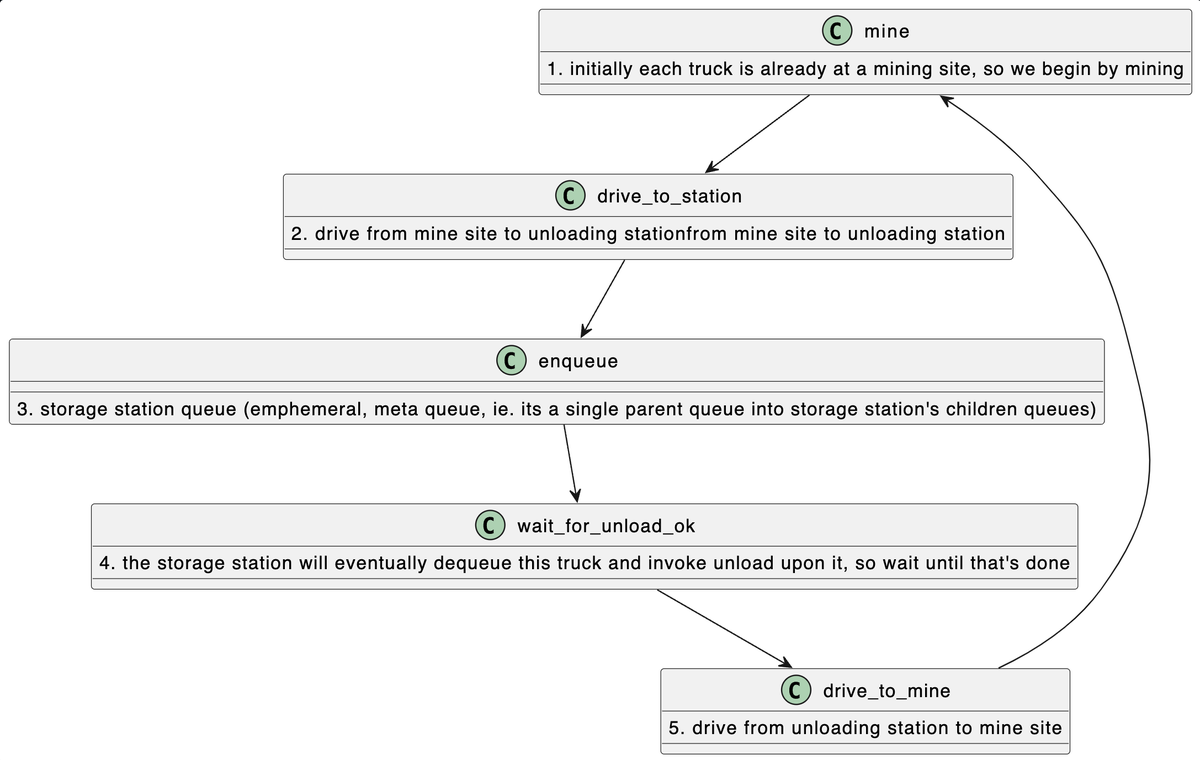
Before: images/State.png, a diagram exported from PlantUML (claytonjwong/vast). Its source is kept beside it as docs/State.puml.
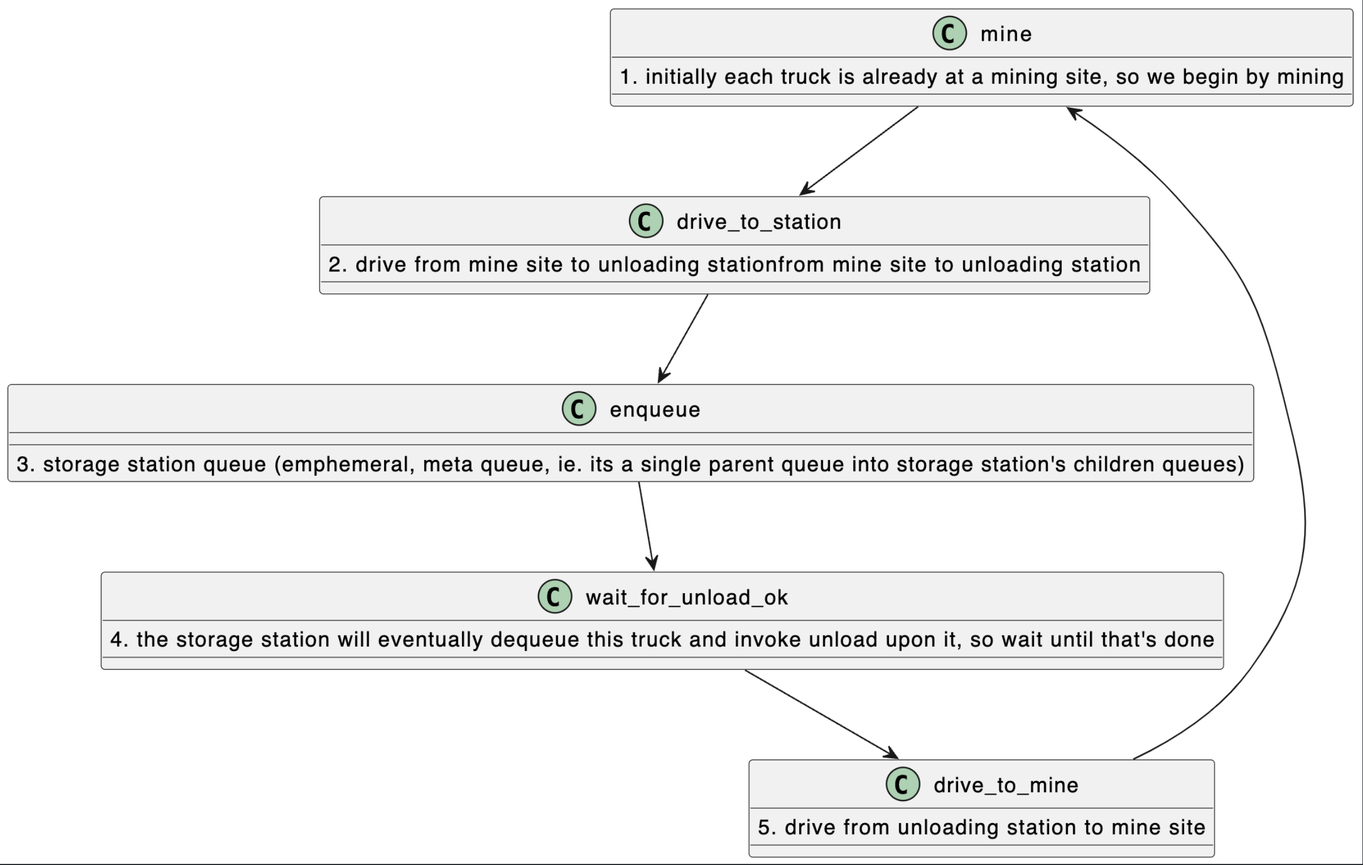
After the change.

Commit message:
update Truck State Diagram and add it onto the README

Diff of the diagram source:
```diff
@@ -3,7 +3,7 @@
 mine : 1. initially each truck is already at a mining site, so we begin by mining
 drive_to_station : 2. drive from mine site to unloading stationfrom mine site to unloading station
 enqueue : 3. storage station queue (emphemeral, meta queue, ie. its a single parent queue into storage station's children queues)
-wait_for_unload_ok : 4. the storage station will eventually dequeue this truck and invoke unload upon it, so wait until that's done
+wait_for_unload_ok : 4. the storage station will eventually enqueue and dequeue this truck, then invoke unload upon it, so wait until that's done
 drive_to_mine : 5. drive from unloading station to mine site
 
 mine --> drive_to_station
```
